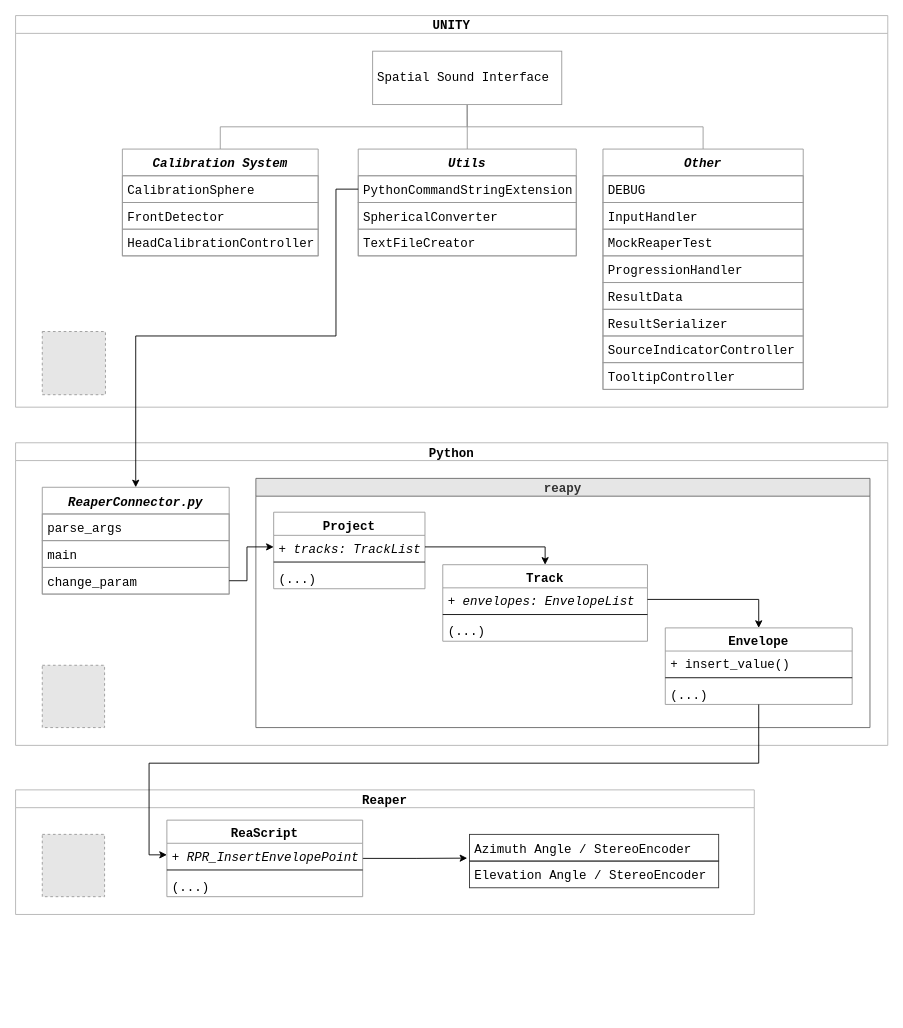
The draw.io diagram Graphs/ReaperPython.drawio in odwrocsie/magisterka, before the edit. Source tidied: cells renumbered, new cells numbered last; positions are measured from the earlier drawing's top-left corner, leaving out a move shared by most shapes. Both pictures are drawn from the tidied source at 89%, with x=0, y=0 at pixel (15, 15). Pictures stored in the file or linked from it are replaced by grey dashed boxes.
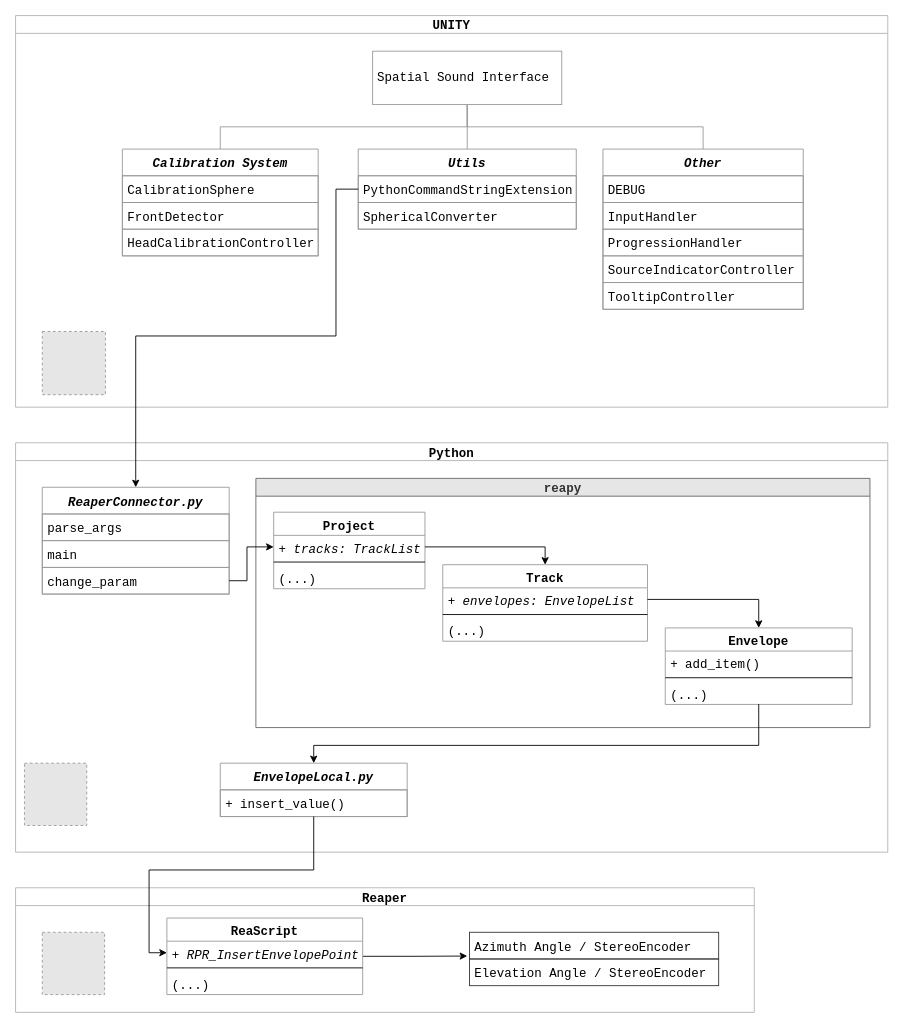
The same diagram, later.

The change refers to these unchanged cells:
```xml
<mxCell id="2" value="UNITY" style="swimlane;startSize=20;horizontal=1;containerType=tree;newEdgeStyle={&quot;edgeStyle&quot;:&quot;elbowEdgeStyle&quot;,&quot;startArrow&quot;:&quot;none&quot;,&quot;endArrow&quot;:&quot;none&quot;};fontStyle=1;strokeColor=#B3B3B3;fontFamily=Courier New;fontSize=14;" parent="1" vertex="1">
  <mxGeometry width="980" height="440" as="geometry" />
</mxCell>
<mxCell id="40" value="Envelope" style="swimlane;fontStyle=1;align=center;verticalAlign=top;horizontal=1;startSize=26;fontFamily=Courier New;fontSize=14;strokeColor=#999999;" parent="30" vertex="1">
  <mxGeometry x="460" y="168" width="210" height="86" as="geometry" />
</mxCell>
<mxCell id="43" value="(...)" style="text;strokeColor=none;fillColor=none;align=left;verticalAlign=top;spacingLeft=4;spacingRight=4;overflow=hidden;points=[[0,0.5],[1,0.5]];portConstraint=eastwest;fontFamily=Courier New;fontSize=14;" parent="40" vertex="1">
  <mxGeometry y="60" width="210" height="26" as="geometry" />
</mxCell>
<mxCell id="51" value="+ RPR_InsertEnvelopePoint" style="text;strokeColor=none;fillColor=none;align=left;verticalAlign=top;spacingLeft=4;spacingRight=4;overflow=hidden;points=[[0,0.5],[1,0.5]];portConstraint=eastwest;fontFamily=Courier New;fontSize=14;fontStyle=2;" parent="50" vertex="1">
  <mxGeometry y="26" width="220" height="26" as="geometry" />
</mxCell>
```

The edit, as a diff of the source:
```diff
@@
     <mxCell id="11" value="Utils" style="swimlane;fontStyle=3;horizontal=1;startSize=30;fontFamily=Courier New;strokeColor=#999999;fontSize=14;" parent="2" vertex="1">
-      <mxGeometry x="385" y="150" width="245" height="120" as="geometry" />
+      <mxGeometry x="385" y="150" width="245" height="90" as="geometry" />
     </mxCell>
@@
-    <mxCell id="14" value="TextFileCreator" style="text;strokeColor=#999999;fillColor=none;align=left;verticalAlign=middle;spacingLeft=4;spacingRight=4;overflow=hidden;fontFamily=Courier New;fontSize=14;" parent="11" vertex="1">
-      <mxGeometry y="90" width="245" height="30" as="geometry" />
-    </mxCell>
     <mxCell id="15" value="Other" style="swimlane;fontStyle=3;horizontal=1;startSize=30;fontFamily=Courier New;strokeColor=#999999;fontSize=14;" parent="2" vertex="1">
-      <mxGeometry x="660" y="150" width="225" height="270" as="geometry" />
+      <mxGeometry x="660" y="150" width="225" height="180" as="geometry" />
     </mxCell>
@@
-    <mxCell id="18" value="MockReaperTest" style="text;strokeColor=#999999;fillColor=none;align=left;verticalAlign=middle;spacingLeft=4;spacingRight=4;overflow=hidden;fontFamily=Courier New;fontSize=14;" parent="15" vertex="1">
-      <mxGeometry y="90" width="225" height="30" as="geometry" />
-    </mxCell>
     <mxCell id="19" value="ProgressionHandler" style="text;strokeColor=#999999;fillColor=none;align=left;verticalAlign=middle;spacingLeft=4;spacingRight=4;overflow=hidden;fontFamily=Courier New;fontSize=14;" parent="15" vertex="1">
-      <mxGeometry y="120" width="225" height="30" as="geometry" />
+      <mxGeometry y="90" width="225" height="30" as="geometry" />
     </mxCell>
-    <mxCell id="20" value="ResultData" style="text;strokeColor=#999999;fillColor=none;align=left;verticalAlign=middle;spacingLeft=4;spacingRight=4;overflow=hidden;fontFamily=Courier New;fontSize=14;" parent="15" vertex="1">
-      <mxGeometry y="150" width="225" height="30" as="geometry" />
-    </mxCell>
-    <mxCell id="21" value="ResultSerializer" style="text;strokeColor=#999999;fillColor=none;align=left;verticalAlign=middle;spacingLeft=4;spacingRight=4;overflow=hidden;fontFamily=Courier New;fontSize=14;" parent="15" vertex="1">
-      <mxGeometry y="180" width="225" height="30" as="geometry" />
-    </mxCell>
     <mxCell id="22" value="SourceIndicatorController" style="text;strokeColor=#999999;fillColor=none;align=left;verticalAlign=middle;spacingLeft=4;spacingRight=4;overflow=hidden;fontFamily=Courier New;fontSize=14;" parent="15" vertex="1">
-      <mxGeometry y="210" width="225" height="30" as="geometry" />
+      <mxGeometry y="120" width="225" height="30" as="geometry" />
     </mxCell>
     <mxCell id="23" value="TooltipController" style="text;strokeColor=#999999;fillColor=none;align=left;verticalAlign=middle;spacingLeft=4;spacingRight=4;overflow=hidden;fontFamily=Courier New;fontSize=14;" parent="15" vertex="1">
-      <mxGeometry y="240" width="225" height="30" as="geometry" />
+      <mxGeometry y="150" width="225" height="30" as="geometry" />
     </mxCell>
@@
     <mxCell id="25" value="Python" style="swimlane;startSize=20;horizontal=1;containerType=tree;newEdgeStyle={&quot;edgeStyle&quot;:&quot;elbowEdgeStyle&quot;,&quot;startArrow&quot;:&quot;none&quot;,&quot;endArrow&quot;:&quot;none&quot;};strokeColor=#B3B3B3;fontFamily=Courier New;fontSize=14;" parent="1" vertex="1">
-      <mxGeometry y="480" width="980" height="340" as="geometry" />
+      <mxGeometry y="480" width="980" height="460" as="geometry" />
     </mxCell>
@@
-    <mxCell id="41" value="+ insert_value()" style="text;align=left;verticalAlign=top;spacingLeft=4;spacingRight=4;overflow=hidden;fontFamily=Courier New;fontSize=14;" parent="40" vertex="1">
+    <mxCell id="41" value="+ add_item()" style="text;align=left;verticalAlign=top;spacingLeft=4;spacingRight=4;overflow=hidden;fontFamily=Courier New;fontSize=14;" parent="40" vertex="1">
       <mxGeometry y="26" width="210" height="26" as="geometry" />
     </mxCell>
@@
     <mxCell id="45" style="fillColor=#E6E6E6;strokeColor=#999999;dashed=1;verticalLabelPosition=bottom;labelBackgroundColor=default;verticalAlign=top;fontFamily=Courier New;fontSize=14;" parent="25" vertex="1">
-      <mxGeometry x="30" y="250" width="70" height="70" as="geometry" />
+      <mxGeometry x="10" y="360" width="70" height="70" as="geometry" />
     </mxCell>
@@
+    <mxCell id="58" value="EnvelopeLocal.py" style="swimlane;fontStyle=3;horizontal=1;startSize=30;fontFamily=Courier New;strokeColor=#999999;fontSize=14;" parent="25" vertex="1">
+      <mxGeometry x="230" y="360" width="210" height="60" as="geometry" />
+    </mxCell>
+    <mxCell id="59" value="+ insert_value()" style="text;strokeColor=#999999;fillColor=none;align=left;verticalAlign=middle;spacingLeft=4;spacingRight=4;overflow=hidden;fontFamily=Courier New;fontSize=14;" parent="58" vertex="1">
+      <mxGeometry y="30" width="210" height="30" as="geometry" />
+    </mxCell>
+    <mxCell id="60" style="edgeStyle=orthogonalEdgeStyle;rounded=0;jettySize=auto;html=1;exitX=0.5;exitY=0.985;exitDx=0;exitDy=0;exitPerimeter=0;" parent="25" edge="1" source="43" target="58">
+      <mxGeometry relative="1" as="geometry">
+        <Array as="points">
+          <mxPoint x="835" y="340" />
+          <mxPoint x="335" y="340" />
+        </Array>
+      </mxGeometry>
+    </mxCell>
     <mxCell id="47" value="Reaper" style="swimlane;startSize=20;horizontal=1;containerType=tree;newEdgeStyle={&quot;edgeStyle&quot;:&quot;elbowEdgeStyle&quot;,&quot;startArrow&quot;:&quot;none&quot;,&quot;endArrow&quot;:&quot;none&quot;};strokeColor=#B3B3B3;fontFamily=Courier New;fontSize=14;" parent="1" vertex="1">
-      <mxGeometry y="870" width="830" height="140" as="geometry" />
+      <mxGeometry y="980" width="830" height="140" as="geometry" />
     </mxCell>
@@
-    <mxCell id="57" style="edgeStyle=orthogonalEdgeStyle;rounded=0;jettySize=auto;html=1;entryX=0;entryY=0.5;entryDx=0;entryDy=0;fontFamily=Courier New;fontSize=14;endArrow=classic;endFill=1;strokeColor=#000000;" parent="1" edge="1" source="40" target="51">
-      <mxGeometry relative="1" as="geometry">
-        <Array as="points">
-          <mxPoint x="835" y="840" />
-          <mxPoint x="150" y="840" />
-          <mxPoint x="150" y="943" />
-        </Array>
-      </mxGeometry>
-    </mxCell>
+    <mxCell id="61" style="edgeStyle=orthogonalEdgeStyle;rounded=0;jettySize=auto;html=1;entryX=0;entryY=0.5;entryDx=0;entryDy=0;" parent="1" edge="1" source="58" target="51">
+      <mxGeometry relative="1" as="geometry">
+        <Array as="points">
+          <mxPoint x="335" y="960" />
+          <mxPoint x="150" y="960" />
+          <mxPoint x="150" y="1053" />
+        </Array>
+      </mxGeometry>
+    </mxCell>
```
